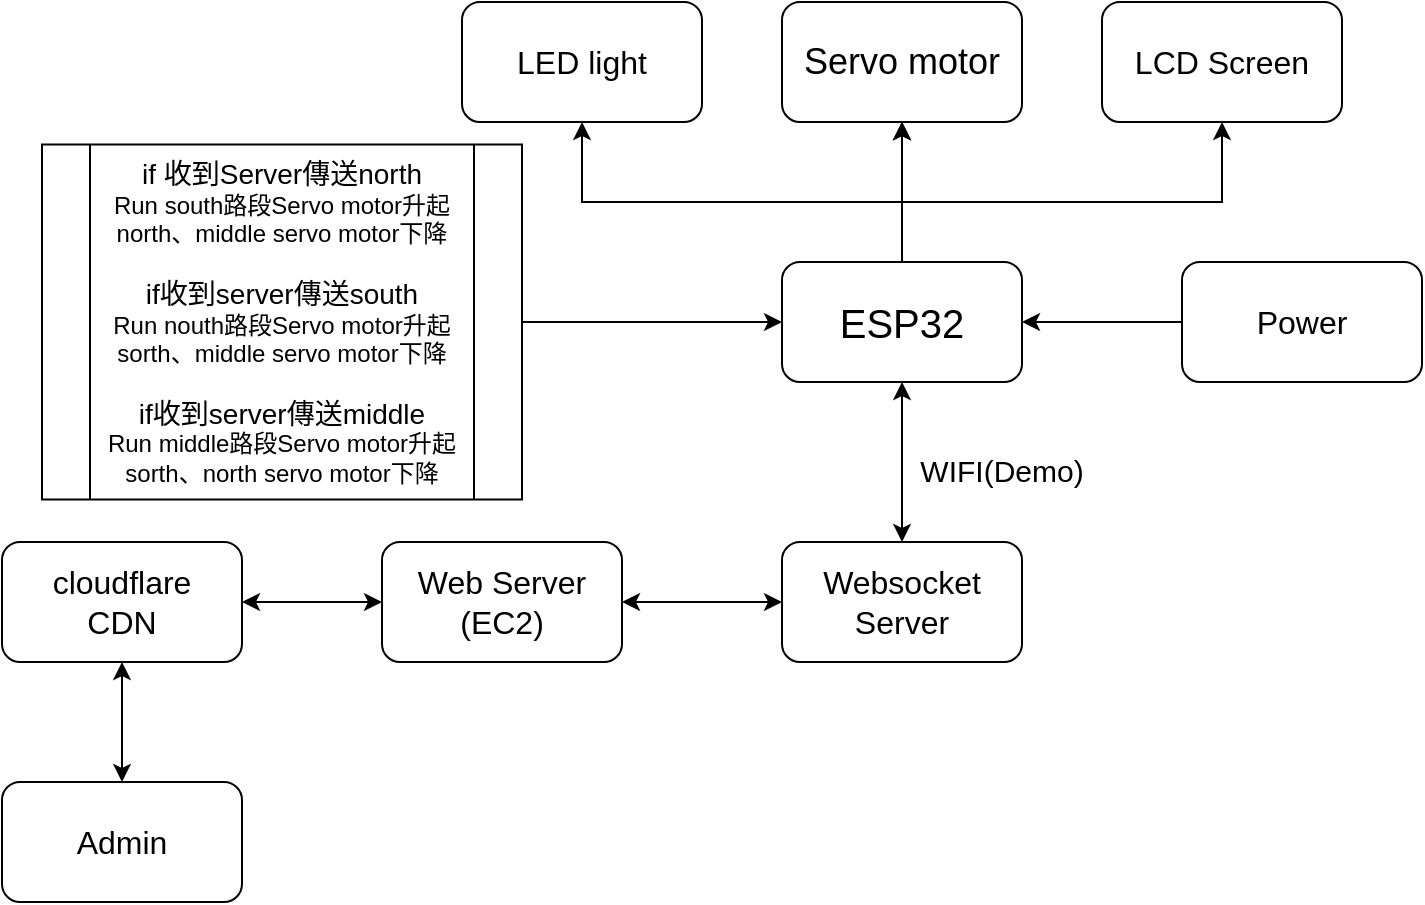
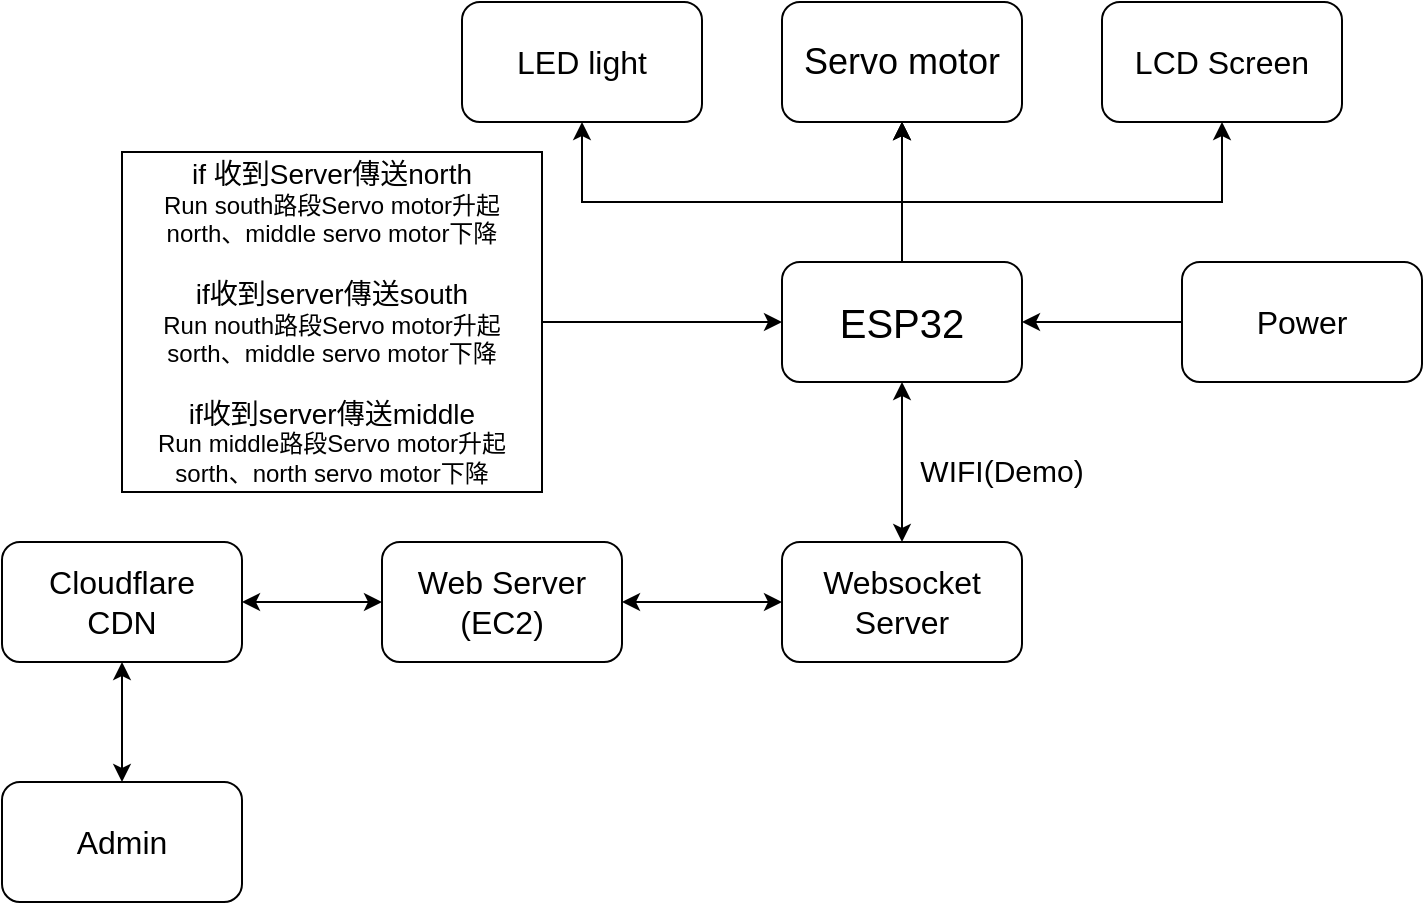
<mxfile host="app.diagrams.net" agent="Mozilla/5.0 (Macintosh; Intel Mac OS X 10_15_7) AppleWebKit/537.36 (KHTML, like Gecko) Chrome/131.0.0.0 Safari/537.36" version="25.0.3">
  <diagram name="第 1 页" id="GRRBzTbhXltk0ez7nLBs">
    <mxGraphModel dx="954" dy="605" grid="1" gridSize="10" guides="1" tooltips="1" connect="1" arrows="1" fold="1" page="1" pageScale="1" pageWidth="2339" pageHeight="3300" math="0" shadow="0">
      <root>
        <mxCell id="0" />
        <mxCell id="1" parent="0" />
        <mxCell id="h-WjH9o7uv-af2M9mUsH-5" value="" style="edgeStyle=orthogonalEdgeStyle;rounded=0;orthogonalLoop=1;jettySize=auto;html=1;" parent="1" source="h-WjH9o7uv-af2M9mUsH-3" target="h-WjH9o7uv-af2M9mUsH-4" edge="1">
          <mxGeometry relative="1" as="geometry" />
        </mxCell>
        <mxCell id="h-WjH9o7uv-af2M9mUsH-8" value="" style="edgeStyle=orthogonalEdgeStyle;rounded=0;orthogonalLoop=1;jettySize=auto;html=1;" parent="1" source="h-WjH9o7uv-af2M9mUsH-3" target="h-WjH9o7uv-af2M9mUsH-4" edge="1">
          <mxGeometry relative="1" as="geometry" />
        </mxCell>
        <mxCell id="h-WjH9o7uv-af2M9mUsH-9" value="" style="edgeStyle=orthogonalEdgeStyle;rounded=0;orthogonalLoop=1;jettySize=auto;html=1;" parent="1" source="h-WjH9o7uv-af2M9mUsH-3" target="h-WjH9o7uv-af2M9mUsH-4" edge="1">
          <mxGeometry relative="1" as="geometry" />
        </mxCell>
        <mxCell id="h-WjH9o7uv-af2M9mUsH-11" style="edgeStyle=orthogonalEdgeStyle;rounded=0;orthogonalLoop=1;jettySize=auto;html=1;entryX=0.5;entryY=1;entryDx=0;entryDy=0;" parent="1" source="h-WjH9o7uv-af2M9mUsH-3" target="h-WjH9o7uv-af2M9mUsH-10" edge="1">
          <mxGeometry relative="1" as="geometry">
            <Array as="points">
              <mxPoint x="640" y="500" />
              <mxPoint x="800" y="500" />
            </Array>
          </mxGeometry>
        </mxCell>
        <mxCell id="h-WjH9o7uv-af2M9mUsH-13" style="edgeStyle=orthogonalEdgeStyle;rounded=0;orthogonalLoop=1;jettySize=auto;html=1;entryX=0.5;entryY=1;entryDx=0;entryDy=0;" parent="1" source="h-WjH9o7uv-af2M9mUsH-3" target="h-WjH9o7uv-af2M9mUsH-12" edge="1">
          <mxGeometry relative="1" as="geometry">
            <Array as="points">
              <mxPoint x="640" y="500" />
              <mxPoint x="480" y="500" />
            </Array>
          </mxGeometry>
        </mxCell>
        <mxCell id="h-WjH9o7uv-af2M9mUsH-3" value="&lt;font style=&quot;font-size: 20px;&quot;&gt;ESP32&lt;/font&gt;" style="rounded=1;whiteSpace=wrap;html=1;" parent="1" vertex="1">
          <mxGeometry x="580" y="530" width="120" height="60" as="geometry" />
        </mxCell>
        <mxCell id="h-WjH9o7uv-af2M9mUsH-4" value="&lt;font style=&quot;font-size: 18px;&quot;&gt;Servo motor&lt;/font&gt;" style="rounded=1;whiteSpace=wrap;html=1;" parent="1" vertex="1">
          <mxGeometry x="580" y="400" width="120" height="60" as="geometry" />
        </mxCell>
        <mxCell id="h-WjH9o7uv-af2M9mUsH-10" value="&lt;font style=&quot;font-size: 16px;&quot;&gt;LCD Screen&lt;/font&gt;" style="rounded=1;whiteSpace=wrap;html=1;" parent="1" vertex="1">
          <mxGeometry x="740" y="400" width="120" height="60" as="geometry" />
        </mxCell>
        <mxCell id="h-WjH9o7uv-af2M9mUsH-12" value="&lt;font style=&quot;font-size: 16px;&quot;&gt;LED light&lt;/font&gt;" style="rounded=1;whiteSpace=wrap;html=1;" parent="1" vertex="1">
          <mxGeometry x="420" y="400" width="120" height="60" as="geometry" />
        </mxCell>
        <mxCell id="h-WjH9o7uv-af2M9mUsH-14" value="&lt;span style=&quot;font-size: 16px;&quot;&gt;Websocket&lt;/span&gt;&lt;div&gt;&lt;span style=&quot;font-size: 16px;&quot;&gt;Server&lt;/span&gt;&lt;/div&gt;" style="rounded=1;whiteSpace=wrap;html=1;" parent="1" vertex="1">
          <mxGeometry x="580" y="670" width="120" height="60" as="geometry" />
        </mxCell>
        <mxCell id="h-WjH9o7uv-af2M9mUsH-16" value="" style="endArrow=classic;startArrow=classic;html=1;rounded=0;entryX=0.5;entryY=1;entryDx=0;entryDy=0;exitX=0.5;exitY=0;exitDx=0;exitDy=0;" parent="1" source="h-WjH9o7uv-af2M9mUsH-14" target="h-WjH9o7uv-af2M9mUsH-3" edge="1">
          <mxGeometry width="50" height="50" relative="1" as="geometry">
            <mxPoint x="390" y="660" as="sourcePoint" />
            <mxPoint x="520" y="610" as="targetPoint" />
          </mxGeometry>
        </mxCell>
        <mxCell id="h-WjH9o7uv-af2M9mUsH-17" value="&lt;font style=&quot;font-size: 16px;&quot;&gt;Web Server&lt;/font&gt;&lt;div&gt;&lt;font style=&quot;font-size: 16px;&quot;&gt;(EC2)&lt;/font&gt;&lt;/div&gt;" style="rounded=1;whiteSpace=wrap;html=1;" parent="1" vertex="1">
          <mxGeometry x="380" y="670" width="120" height="60" as="geometry" />
        </mxCell>
        <mxCell id="iC1xKiAJGUKjYp6LLDDv-2" value="&lt;font style=&quot;font-size: 15px;&quot;&gt;WIFI(Demo)&lt;/font&gt;" style="text;html=1;align=center;verticalAlign=middle;whiteSpace=wrap;rounded=0;" vertex="1" parent="1">
          <mxGeometry x="650" y="618.75" width="80" height="30" as="geometry" />
        </mxCell>
        <mxCell id="iC1xKiAJGUKjYp6LLDDv-4" value="" style="endArrow=classic;startArrow=classic;html=1;rounded=0;exitX=1;exitY=0.5;exitDx=0;exitDy=0;entryX=0;entryY=0.5;entryDx=0;entryDy=0;" edge="1" parent="1" source="h-WjH9o7uv-af2M9mUsH-17" target="h-WjH9o7uv-af2M9mUsH-14">
          <mxGeometry width="50" height="50" relative="1" as="geometry">
            <mxPoint x="620" y="620" as="sourcePoint" />
            <mxPoint x="670" y="570" as="targetPoint" />
          </mxGeometry>
        </mxCell>
-         <mxCell id="iC1xKiAJGUKjYp6LLDDv-14" value="" style="edgeStyle=orthogonalEdgeStyle;rounded=0;orthogonalLoop=1;jettySize=auto;html=1;" edge="1" parent="1" source="iC1xKiAJGUKjYp6LLDDv-5" target="h-WjH9o7uv-af2M9mUsH-3">
-           <mxGeometry relative="1" as="geometry" />
-         </mxCell>
-         <mxCell id="iC1xKiAJGUKjYp6LLDDv-5" value="&lt;span style=&quot;font-size: 14px;&quot;&gt;if 收到Server傳送north&lt;/span&gt;&lt;div&gt;Run south路段Servo motor升起&lt;/div&gt;&lt;div&gt;north、middle servo motor下降&lt;/div&gt;&lt;div&gt;&lt;br&gt;&lt;/div&gt;&lt;div&gt;&lt;font style=&quot;font-size: 14px;&quot;&gt;if收到server傳送south&lt;/font&gt;&lt;/div&gt;&lt;div&gt;&lt;div&gt;Run nouth路段Servo motor升起&lt;/div&gt;&lt;div&gt;sorth、middle servo motor下降&lt;/div&gt;&lt;div&gt;&lt;br&gt;&lt;/div&gt;&lt;/div&gt;&lt;div&gt;&lt;div&gt;&lt;font style=&quot;font-size: 14px;&quot;&gt;if收到server傳送middle&lt;/font&gt;&lt;/div&gt;&lt;div&gt;&lt;div&gt;Run middle路段Servo motor升起&lt;/div&gt;&lt;div&gt;sorth、north servo motor下降&lt;/div&gt;&lt;/div&gt;&lt;/div&gt;" style="shape=process;whiteSpace=wrap;html=1;backgroundOutline=1;" vertex="1" parent="1">
-           <mxGeometry x="210" y="471.25" width="240" height="177.5" as="geometry" />
-         </mxCell>
-         <mxCell id="iC1xKiAJGUKjYp6LLDDv-6" value="&lt;font style=&quot;font-size: 16px;&quot;&gt;cloudflare&lt;/font&gt;&lt;div&gt;&lt;font style=&quot;font-size: 16px;&quot;&gt;CDN&lt;/font&gt;&lt;/div&gt;" style="rounded=1;whiteSpace=wrap;html=1;" vertex="1" parent="1">
+         <mxCell id="iC1xKiAJGUKjYp6LLDDv-6" value="&lt;font style=&quot;font-size: 16px;&quot;&gt;Cloudflare&lt;/font&gt;&lt;div&gt;&lt;font style=&quot;font-size: 16px;&quot;&gt;CDN&lt;/font&gt;&lt;/div&gt;" style="rounded=1;whiteSpace=wrap;html=1;" vertex="1" parent="1">
          <mxGeometry x="190" y="670" width="120" height="60" as="geometry" />
        </mxCell>
        <mxCell id="iC1xKiAJGUKjYp6LLDDv-9" value="" style="endArrow=classic;startArrow=classic;html=1;rounded=0;exitX=1;exitY=0.5;exitDx=0;exitDy=0;entryX=0;entryY=0.5;entryDx=0;entryDy=0;" edge="1" parent="1" source="iC1xKiAJGUKjYp6LLDDv-6" target="h-WjH9o7uv-af2M9mUsH-17">
          <mxGeometry width="50" height="50" relative="1" as="geometry">
            <mxPoint x="530" y="600" as="sourcePoint" />
            <mxPoint x="580" y="550" as="targetPoint" />
          </mxGeometry>
        </mxCell>
        <mxCell id="iC1xKiAJGUKjYp6LLDDv-10" value="&lt;span style=&quot;font-size: 16px;&quot;&gt;Admin&lt;/span&gt;" style="rounded=1;whiteSpace=wrap;html=1;" vertex="1" parent="1">
          <mxGeometry x="190" y="790" width="120" height="60" as="geometry" />
        </mxCell>
        <mxCell id="iC1xKiAJGUKjYp6LLDDv-11" value="" style="endArrow=classic;startArrow=classic;html=1;rounded=0;entryX=0.5;entryY=1;entryDx=0;entryDy=0;exitX=0.5;exitY=0;exitDx=0;exitDy=0;" edge="1" parent="1" source="iC1xKiAJGUKjYp6LLDDv-10" target="iC1xKiAJGUKjYp6LLDDv-6">
          <mxGeometry width="50" height="50" relative="1" as="geometry">
            <mxPoint x="280" y="780" as="sourcePoint" />
            <mxPoint x="600" y="740" as="targetPoint" />
          </mxGeometry>
        </mxCell>
        <mxCell id="iC1xKiAJGUKjYp6LLDDv-13" value="" style="edgeStyle=orthogonalEdgeStyle;rounded=0;orthogonalLoop=1;jettySize=auto;html=1;" edge="1" parent="1" source="iC1xKiAJGUKjYp6LLDDv-12" target="h-WjH9o7uv-af2M9mUsH-3">
          <mxGeometry relative="1" as="geometry" />
        </mxCell>
        <mxCell id="iC1xKiAJGUKjYp6LLDDv-12" value="&lt;font style=&quot;font-size: 16px;&quot;&gt;Power&lt;/font&gt;" style="rounded=1;whiteSpace=wrap;html=1;" vertex="1" parent="1">
          <mxGeometry x="780" y="530" width="120" height="60" as="geometry" />
        </mxCell>
+         <mxCell id="iC1xKiAJGUKjYp6LLDDv-19" value="" style="edgeStyle=orthogonalEdgeStyle;rounded=0;orthogonalLoop=1;jettySize=auto;html=1;" edge="1" parent="1" source="iC1xKiAJGUKjYp6LLDDv-18" target="h-WjH9o7uv-af2M9mUsH-3">
+           <mxGeometry relative="1" as="geometry" />
+         </mxCell>
+         <mxCell id="iC1xKiAJGUKjYp6LLDDv-18" value="&lt;span style=&quot;font-size: 14px;&quot;&gt;if 收到Server傳送north&lt;/span&gt;&lt;div&gt;Run south路段Servo motor升起&lt;/div&gt;&lt;div&gt;north、middle servo motor下降&lt;/div&gt;&lt;div&gt;&lt;br&gt;&lt;/div&gt;&lt;div&gt;&lt;font style=&quot;font-size: 14px;&quot;&gt;if收到server傳送south&lt;/font&gt;&lt;/div&gt;&lt;div&gt;&lt;div&gt;Run nouth路段Servo motor升起&lt;/div&gt;&lt;div&gt;sorth、middle servo motor下降&lt;/div&gt;&lt;div&gt;&lt;br&gt;&lt;/div&gt;&lt;/div&gt;&lt;div&gt;&lt;div&gt;&lt;font style=&quot;font-size: 14px;&quot;&gt;if收到server傳送middle&lt;/font&gt;&lt;/div&gt;&lt;div&gt;&lt;div&gt;Run middle路段Servo motor升起&lt;/div&gt;&lt;div&gt;sorth、north servo motor下降&lt;/div&gt;&lt;/div&gt;&lt;/div&gt;" style="rounded=0;whiteSpace=wrap;html=1;" vertex="1" parent="1">
+           <mxGeometry x="250" y="475" width="210" height="170" as="geometry" />
+         </mxCell>
      </root>
    </mxGraphModel>
  </diagram>
</mxfile>
